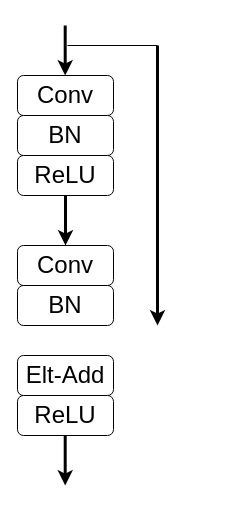
irving-qin/draw.io keeps this draw.io diagram as page "Quantization-aware Norm" (3 of 3) of quantization/Quantization.drawio. Above is the earlier version. Source tidied: cells renumbered, new cells numbered last; positions are measured from the earlier drawing's top-left corner, leaving out a move shared by most shapes. Both pictures are drawn from the tidied source at 100%, with x=0, y=0 at pixel (17, 25).
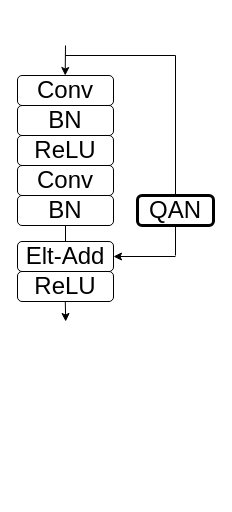
Above is the later version.

The edit, as a diff of the source:
```diff
@@
     <mxCell id="2" value="&lt;font style=&quot;font-size: 24px&quot;&gt;Conv&lt;/font&gt;" style="rounded=1;whiteSpace=wrap;html=1;" parent="1" vertex="1">
-      <mxGeometry y="50" width="96" height="40" as="geometry" />
+      <mxGeometry y="50" width="96" height="30" as="geometry" />
     </mxCell>
     <mxCell id="3" value="&lt;font style=&quot;font-size: 24px&quot;&gt;BN&lt;/font&gt;" style="rounded=1;whiteSpace=wrap;html=1;" parent="1" vertex="1">
-      <mxGeometry y="90" width="96" height="40" as="geometry" />
+      <mxGeometry y="80" width="96" height="30" as="geometry" />
     </mxCell>
-    <mxCell id="4" style="edgeStyle=orthogonalEdgeStyle;rounded=0;jettySize=auto;html=1;" parent="1" edge="1" source="5" target="7">
-      <mxGeometry relative="1" as="geometry" />
-    </mxCell>
     <mxCell id="5" value="&lt;font style=&quot;font-size: 24px&quot;&gt;ReLU&lt;/font&gt;" style="rounded=1;whiteSpace=wrap;html=1;" parent="1" vertex="1">
-      <mxGeometry y="130" width="96" height="40" as="geometry" />
+      <mxGeometry y="110" width="96" height="30" as="geometry" />
     </mxCell>
     <mxCell id="6" value="&lt;font style=&quot;font-size: 24px&quot;&gt;Conv&lt;/font&gt;" style="rounded=1;whiteSpace=wrap;html=1;" parent="1" vertex="1">
-      <mxGeometry y="220" width="96" height="40" as="geometry" />
+      <mxGeometry y="140" width="96" height="30" as="geometry" />
     </mxCell>
     <mxCell id="7" value="&lt;font style=&quot;font-size: 24px&quot;&gt;BN&lt;/font&gt;" style="rounded=1;whiteSpace=wrap;html=1;" parent="1" vertex="1">
-      <mxGeometry y="260" width="96" height="40" as="geometry" />
+      <mxGeometry y="170" width="96" height="30" as="geometry" />
     </mxCell>
     <mxCell id="8" value="&lt;font style=&quot;font-size: 24px&quot;&gt;ReLU&lt;/font&gt;" style="rounded=1;whiteSpace=wrap;html=1;" parent="1" vertex="1">
-      <mxGeometry y="370" width="96" height="40" as="geometry" />
+      <mxGeometry y="246" width="96" height="30" as="geometry" />
     </mxCell>
-    <mxCell id="9" style="endArrow=classic;html=1;strokeWidth=3;entryX=0.5;entryY=0;entryDx=0;entryDy=0;" parent="1" edge="1" target="6">
-      <mxGeometry relative="1" as="geometry">
-        <mxPoint x="48" y="170" as="sourcePoint" />
-      </mxGeometry>
-    </mxCell>
-    <mxCell id="10" style="endArrow=classic;html=1;strokeWidth=3;entryX=0.5;entryY=0;entryDx=0;entryDy=0;" parent="1" edge="1">
+    <mxCell id="10" style="endArrow=classic;html=1;strokeWidth=1;entryX=1;entryY=0.5;entryDx=0;entryDy=0;" parent="1" edge="1" target="14">
       <mxGeometry relative="1" as="geometry">
-        <mxPoint x="47.7" y="410" as="sourcePoint" />
-        <mxPoint x="47.7" y="460" as="targetPoint" />
+        <mxPoint x="158" y="231" as="sourcePoint" />
       </mxGeometry>
     </mxCell>
-    <mxCell id="11" style="endArrow=classic;html=1;strokeWidth=3;entryX=0.5;entryY=0;entryDx=0;entryDy=0;" parent="1" edge="1">
+    <mxCell id="11" style="endArrow=classic;html=1;strokeWidth=1;entryX=0.5;entryY=0;entryDx=0;entryDy=0;" parent="1" edge="1">
       <mxGeometry relative="1" as="geometry">
-        <mxPoint x="47.7" as="sourcePoint" />
+        <mxPoint x="48" y="20" as="sourcePoint" />
         <mxPoint x="47.7" y="50" as="targetPoint" />
       </mxGeometry>
     </mxCell>
-    <mxCell id="12" style="endArrow=classic;html=1;strokeWidth=3;" parent="1" edge="1">
-      <mxGeometry relative="1" as="geometry">
-        <mxPoint x="140" y="20" as="sourcePoint" />
-        <mxPoint x="140" y="300" as="targetPoint" />
-      </mxGeometry>
-    </mxCell>
-    <mxCell id="13" style="endArrow=none;html=1;" parent="1" edge="1">
+    <mxCell id="13" style="endArrow=none;html=1;strokeWidth=1;" parent="1" edge="1">
       <mxGeometry relative="1" as="geometry">
-        <mxPoint x="50" y="20" as="sourcePoint" />
-        <mxPoint x="140" y="20" as="targetPoint" />
+        <mxPoint x="48" y="30" as="sourcePoint" />
+        <mxPoint x="158" y="30" as="targetPoint" />
       </mxGeometry>
     </mxCell>
     <mxCell id="14" value="&lt;font style=&quot;font-size: 24px&quot;&gt;Elt-Add&lt;/font&gt;" style="rounded=1;whiteSpace=wrap;html=1;" parent="1" vertex="1">
-      <mxGeometry y="330" width="96" height="40" as="geometry" />
+      <mxGeometry y="216" width="96" height="30" as="geometry" />
     </mxCell>
+    <mxCell id="15" style="endArrow=none;html=1;strokeWidth=1;" parent="1" edge="1">
+      <mxGeometry relative="1" as="geometry">
+        <mxPoint x="158" y="230" as="sourcePoint" />
+        <mxPoint x="158" y="30" as="targetPoint" />
+      </mxGeometry>
+    </mxCell>
+    <mxCell id="16" style="endArrow=none;html=1;strokeWidth=1;exitX=0.5;exitY=1;exitDx=0;exitDy=0;entryX=0.5;entryY=0;entryDx=0;entryDy=0;" parent="1" edge="1" source="7" target="14">
+      <mxGeometry relative="1" as="geometry" />
+    </mxCell>
+    <mxCell id="17" value="&lt;font style=&quot;font-size: 24px&quot;&gt;QAN&lt;/font&gt;" style="rounded=1;whiteSpace=wrap;html=1;glass=0;sketch=0;strokeWidth=3;" parent="1" vertex="1">
+      <mxGeometry x="120" y="170" width="76" height="30" as="geometry" />
+    </mxCell>
+    <mxCell id="18" style="endArrow=classic;html=1;strokeWidth=1;" parent="1" edge="1">
+      <mxGeometry relative="1" as="geometry">
+        <mxPoint x="47.8" y="276" as="sourcePoint" />
+        <mxPoint x="48.2" y="296" as="targetPoint" />
+      </mxGeometry>
+    </mxCell>
```
